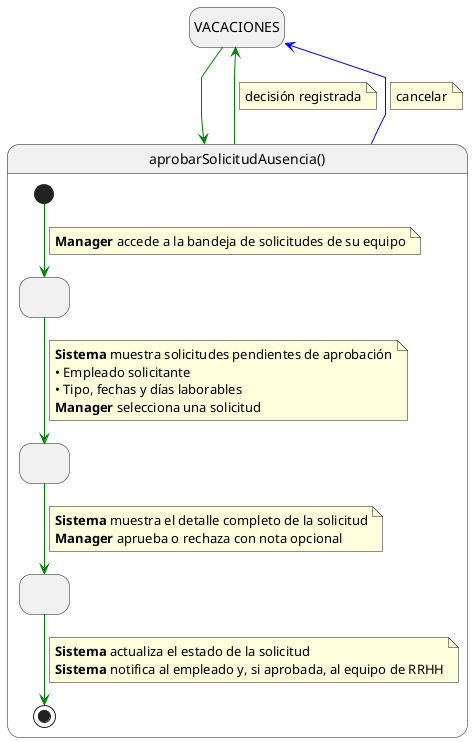
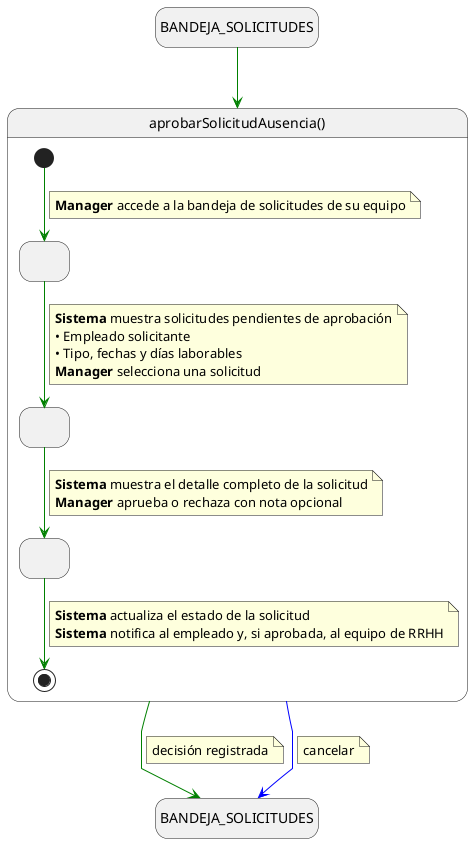
@startuml cuAprobarSolicitudAusencia

skinparam linetype polyline
hide empty description

- state "VACACIONES" as Vacaciones
+ state "BANDEJA_SOLICITUDES" as BandejaInicio
+ state "BANDEJA_SOLICITUDES" as BandejaFin

- Vacaciones -[#green]-> aprobarSolicitudAusencia
+ BandejaInicio -[#green]-> aprobarSolicitudAusencia

state aprobarSolicitudAusencia as "aprobarSolicitudAusencia()" {
  state " " as ListandoSolicitudes
  state " " as VisualizandoDetalle
  state " " as DecisionTomada

  [*] -[#green]-> ListandoSolicitudes
  note on link
    <b>Manager</b> accede a la bandeja de solicitudes de su equipo
  end note

  ListandoSolicitudes -[#green]-> VisualizandoDetalle
  note on link
    <b>Sistema</b> muestra solicitudes pendientes de aprobación
    • Empleado solicitante
    • Tipo, fechas y días laborables
    <b>Manager</b> selecciona una solicitud
  end note

  VisualizandoDetalle -[#green]-> DecisionTomada
  note on link
    <b>Sistema</b> muestra el detalle completo de la solicitud
    <b>Manager</b> aprueba o rechaza con nota opcional
  end note

  DecisionTomada -[#green]-> [*]
  note on link
    <b>Sistema</b> actualiza el estado de la solicitud
    <b>Sistema</b> notifica al empleado y, si aprobada, al equipo de RRHH
  end note
}

- aprobarSolicitudAusencia -[#green]-> Vacaciones
+ aprobarSolicitudAusencia -[#green]-> BandejaFin
note on link
  decisión registrada
end note

- aprobarSolicitudAusencia -[#blue]-> Vacaciones
+ aprobarSolicitudAusencia -[#blue]-> BandejaFin
note on link
  cancelar
end note

@enduml
